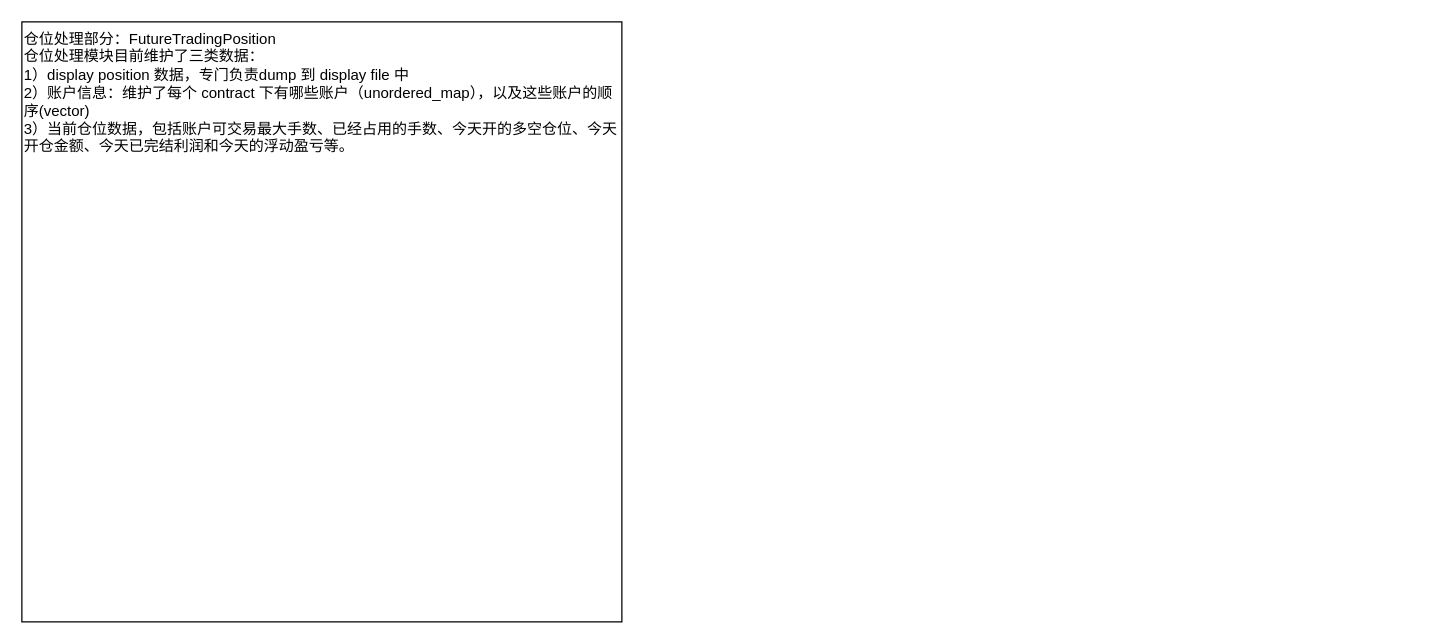
Before: page "代码阅读" (5 of 5) of HFTPolicy.drawio in zhaxd123/drawio, a draw.io diagram. Source tidied: cells renumbered, new cells numbered last; positions are measured from the earlier drawing's top-left corner, leaving out a move shared by most shapes. Both pictures are drawn from the tidied source at 125%, with x=0, y=0 at pixel (21, 21).
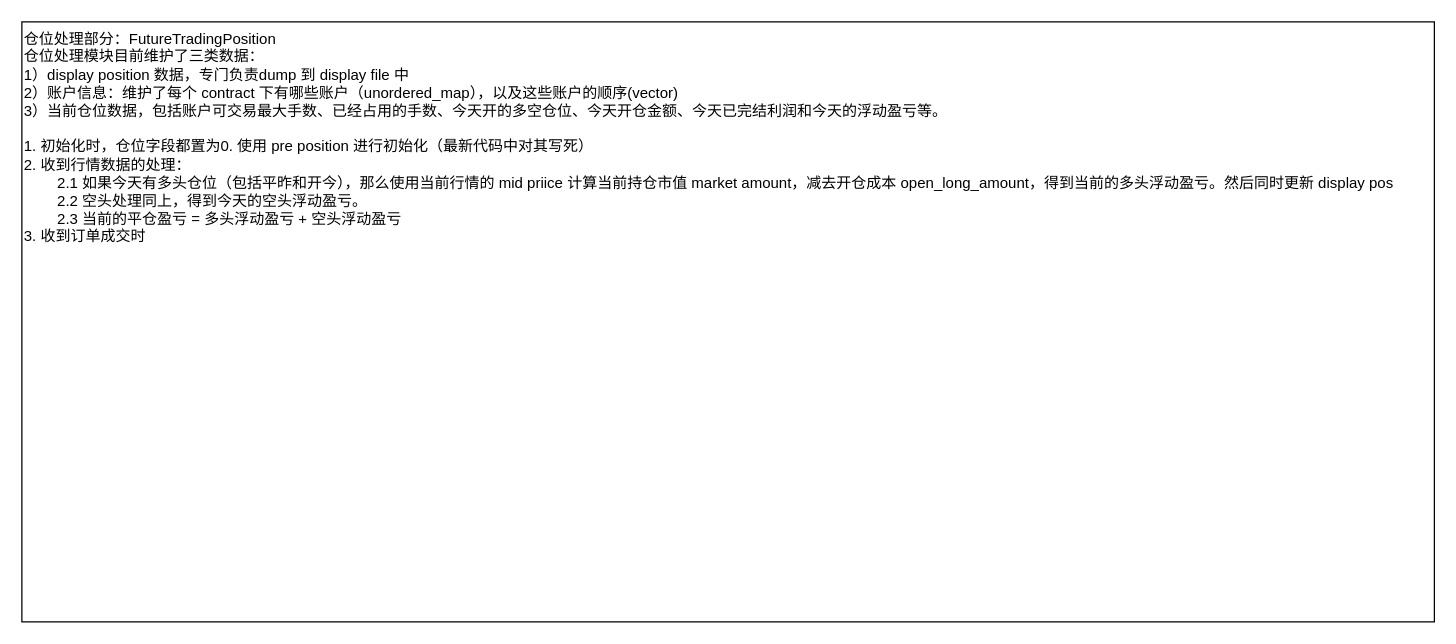
After the change.

The edit, as a diff of the source:
```diff
@@
 <mxGraphModel>
   <root>
     <mxCell id="0" />
     <mxCell id="1" parent="0" />
-    <mxCell id="2" value="仓位处理部分：&lt;span style=&quot;background-color: transparent; color: light-dark(rgb(0, 0, 0), rgb(255, 255, 255));&quot;&gt;FutureTradingPosition&lt;/span&gt;&lt;div&gt;仓位处理模块目前维护了三类数据：&lt;/div&gt;&lt;div&gt;1）display position 数据，专门负责dump 到 display file 中&lt;/div&gt;&lt;div&gt;2）账户信息：维护了每个 contract 下有哪些账户（unordered_map），以及这些账户的顺序(vector)&lt;/div&gt;&lt;div&gt;3）当前仓位数据，包括账户可交易最大手数、已经占用的手数、今天开的多空仓位、今天开仓金额、今天已完结利润和今天的浮动盈亏等。&lt;/div&gt;&lt;div&gt;&lt;br&gt;&lt;/div&gt;" style="rounded=0;whiteSpace=wrap;html=1;verticalAlign=top;align=left;" parent="1" vertex="1">
-      <mxGeometry width="480" height="480" as="geometry" />
+    <mxCell id="2" value="仓位处理部分：&lt;span style=&quot;background-color: transparent; color: light-dark(rgb(0, 0, 0), rgb(255, 255, 255));&quot;&gt;FutureTradingPosition&lt;/span&gt;&lt;div&gt;仓位处理模块目前维护了三类数据：&lt;/div&gt;&lt;div&gt;1）display position 数据，专门负责dump 到 display file 中&lt;/div&gt;&lt;div&gt;2）账户信息：维护了每个 contract 下有哪些账户（unordered_map），以及这些账户的顺序(vector)&lt;/div&gt;&lt;div&gt;3）当前仓位数据，包括账户可交易最大手数、已经占用的手数、今天开的多空仓位、今天开仓金额、今天已完结利润和今天的浮动盈亏等。&lt;/div&gt;&lt;div&gt;&lt;br&gt;&lt;/div&gt;&lt;div&gt;1. 初始化时，仓位字段都置为0. 使用 pre position 进行初始化（最新代码中对其写死）&lt;/div&gt;&lt;div&gt;2. 收到行情数据的处理：&lt;/div&gt;&lt;div&gt;&lt;span style=&quot;white-space: pre;&quot;&gt;&#9;&lt;/span&gt;2.1 如果今天有多头仓位（包括平昨和开今），那么使用当前行情的 mid priice 计算当前持仓市值 market amount，减去开仓成本 open_long_amount，得到当前的多头浮动盈亏。然后同时更新 display pos&lt;br&gt;&lt;/div&gt;&lt;div&gt;&lt;span style=&quot;white-space: pre;&quot;&gt;&#9;&lt;/span&gt;2.2 空头处理同上，得到今天的空头浮动盈亏。&lt;br&gt;&lt;/div&gt;&lt;div&gt;&lt;span style=&quot;white-space: pre;&quot;&gt;&#9;&lt;/span&gt;2.3 当前的平仓盈亏 = 多头浮动盈亏 + 空头浮动盈亏&lt;/div&gt;&lt;div&gt;3. 收到订单成交时&lt;/div&gt;&lt;div&gt;&lt;span style=&quot;white-space: pre;&quot;&gt;&#9;&lt;/span&gt;&lt;br&gt;&lt;/div&gt;&lt;div&gt;&lt;span style=&quot;white-space: pre;&quot;&gt;&#9;&lt;/span&gt;&lt;br&gt;&lt;/div&gt;&lt;div&gt;&lt;br&gt;&lt;/div&gt;" style="rounded=0;whiteSpace=wrap;html=1;verticalAlign=top;align=left;" parent="1" vertex="1">
+      <mxGeometry width="1130" height="480" as="geometry" />
     </mxCell>
   </root>
 </mxGraphModel>
```
